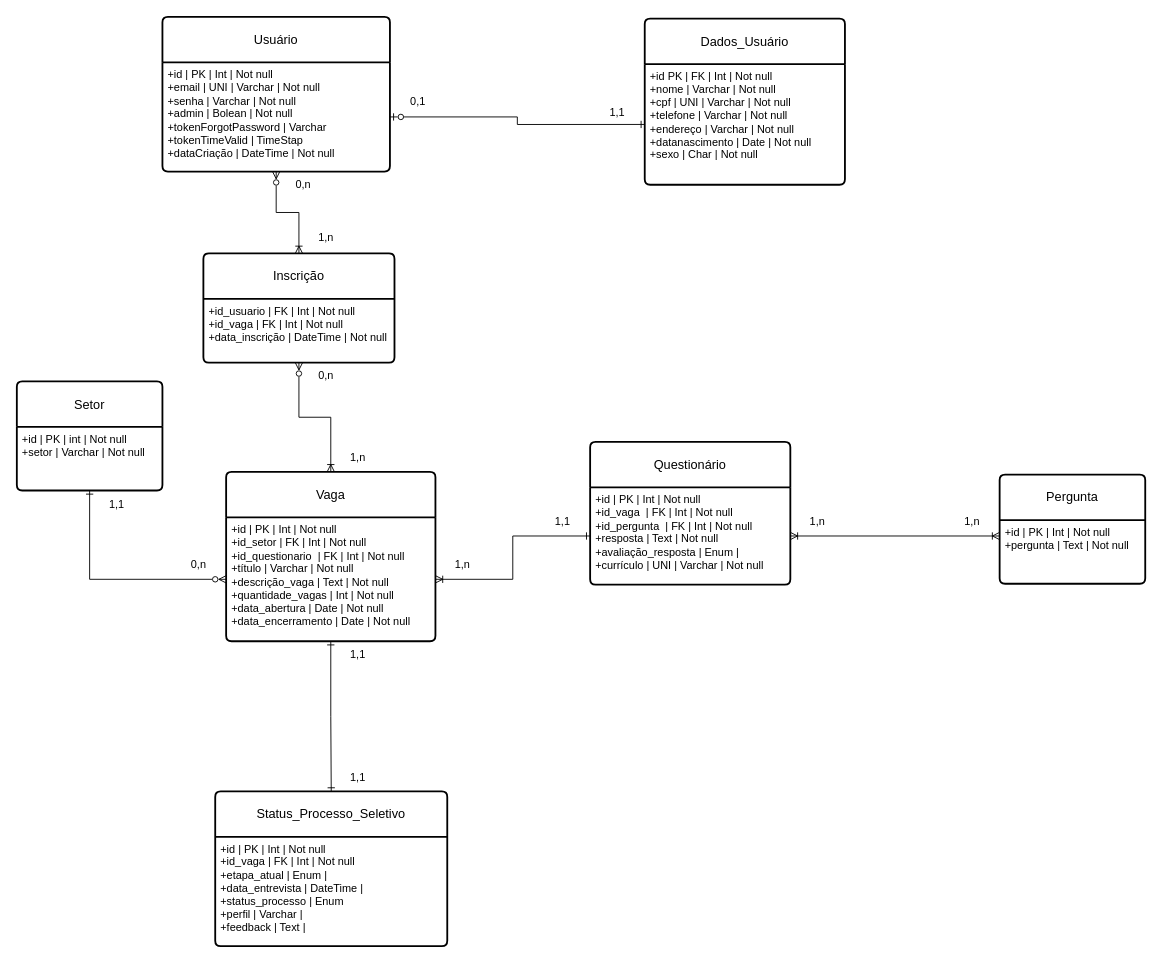
Above: Diagrama Modelo Lógico.drawio in ExtraProjects860/Project-Selection-Process-Control (draw.io), before the change. Source tidied: cells renumbered, new cells numbered last; positions are measured from the earlier drawing's top-left corner, leaving out a move shared by most shapes. Both pictures are drawn from the tidied source at 91%, with x=0, y=0 at pixel (16, 16).
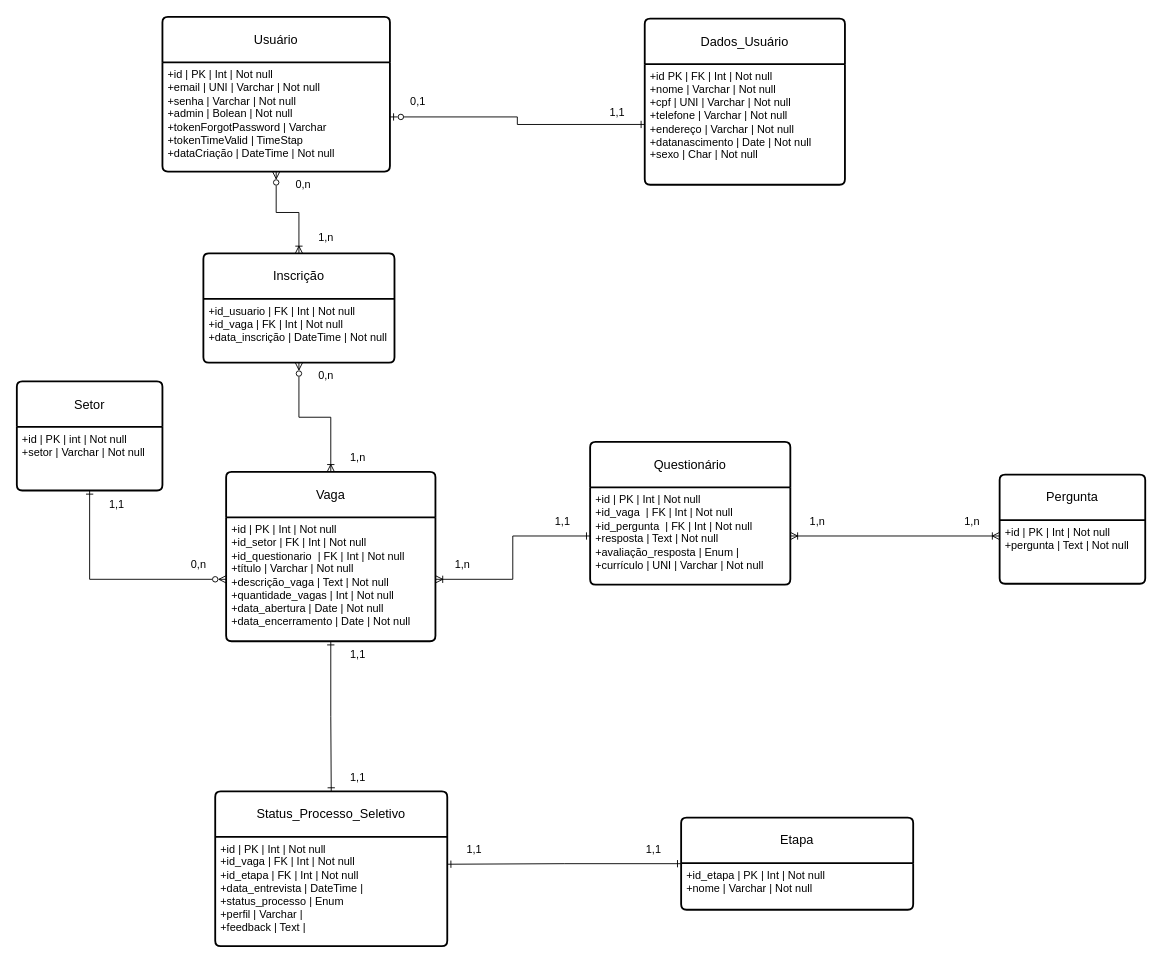
After the change.

The change refers to these unchanged cells:
```xml
<mxCell id="8" value="Status_Processo_Seletivo" style="swimlane;horizontal=1;startSize=50;rounded=1;fontSize=14;fontStyle=0;strokeWidth=2;shadow=0;dashed=0;align=center;arcSize=4;whiteSpace=wrap;html=1;" parent="1" vertex="1">
  <mxGeometry x="218" y="851.2" width="255" height="170" as="geometry" />
</mxCell>
```

Change to the diagram source:
```diff
@@
-    <mxCell id="9" value="+id | PK | Int | Not null&lt;div&gt;+id_vaga&amp;nbsp;&lt;span style=&quot;background-color: initial;&quot;&gt;| FK | Int | Not null&lt;/span&gt;&lt;/div&gt;&lt;div&gt;+etapa_atual | Enum |&lt;/div&gt;&lt;div&gt;&lt;span style=&quot;background-color: initial;&quot;&gt;+data_entrevista | DateTime |&amp;nbsp;&lt;/span&gt;&lt;/div&gt;&lt;div&gt;&lt;span style=&quot;background-color: initial;&quot;&gt;+status_processo | Enum&lt;/span&gt;&lt;/div&gt;&lt;div&gt;+perfil | Varchar |&lt;/div&gt;&lt;div&gt;+feedback | Text |&lt;/div&gt;" style="align=left;strokeColor=none;fillColor=none;spacingLeft=4;fontSize=12;verticalAlign=top;html=1;" parent="8" vertex="1">
+    <mxCell id="9" value="+id | PK | Int | Not null&lt;div&gt;+id_vaga&amp;nbsp;&lt;span style=&quot;background-color: initial;&quot;&gt;| FK | Int | Not null&lt;/span&gt;&lt;/div&gt;&lt;div&gt;+id_etapa | FK | Int | Not null&lt;/div&gt;&lt;div&gt;&lt;span style=&quot;background-color: initial;&quot;&gt;+data_entrevista | DateTime |&amp;nbsp;&lt;/span&gt;&lt;/div&gt;&lt;div&gt;&lt;span style=&quot;background-color: initial;&quot;&gt;+status_processo | Enum&lt;/span&gt;&lt;/div&gt;&lt;div&gt;+perfil | Varchar |&lt;/div&gt;&lt;div&gt;+feedback | Text |&lt;/div&gt;" style="align=left;strokeColor=none;fillColor=none;spacingLeft=4;fontSize=12;verticalAlign=top;html=1;" parent="8" vertex="1">
       <mxGeometry y="50" width="255" height="120" as="geometry" />
     </mxCell>
@@
+    <mxCell id="39" style="edgeStyle=orthogonalEdgeStyle;rounded=0;jettySize=auto;html=1;entryX=1;entryY=0.25;entryDx=0;entryDy=0;startArrow=ERone;startFill=0;endArrow=ERone;endFill=0;" parent="1" edge="1" source="40" target="9">
+      <mxGeometry relative="1" as="geometry" />
+    </mxCell>
+    <mxCell id="40" value="Etapa" style="swimlane;horizontal=1;startSize=50;rounded=1;fontSize=14;fontStyle=0;strokeWidth=2;shadow=0;dashed=0;align=center;arcSize=4;whiteSpace=wrap;html=1;" parent="1" vertex="1">
+      <mxGeometry x="730" y="880" width="255" height="101.2" as="geometry" />
+    </mxCell>
+    <mxCell id="41" value="+id_etapa | PK | Int | Not null&lt;div&gt;+nome | Varchar | Not null&lt;/div&gt;" style="align=left;strokeColor=none;fillColor=none;spacingLeft=4;fontSize=12;verticalAlign=top;html=1;" parent="40" vertex="1">
+      <mxGeometry y="50" width="255" height="51.2" as="geometry" />
+    </mxCell>
+    <mxCell id="42" value="1,1" style="text;html=1;align=center;verticalAlign=middle;whiteSpace=wrap;rounded=0;" parent="1" vertex="1">
+      <mxGeometry x="473" y="900" width="60" height="30" as="geometry" />
+    </mxCell>
+    <mxCell id="43" value="1,1" style="text;html=1;align=center;verticalAlign=middle;whiteSpace=wrap;rounded=0;" parent="1" vertex="1">
+      <mxGeometry x="670" y="900" width="60" height="30" as="geometry" />
+    </mxCell>
```
